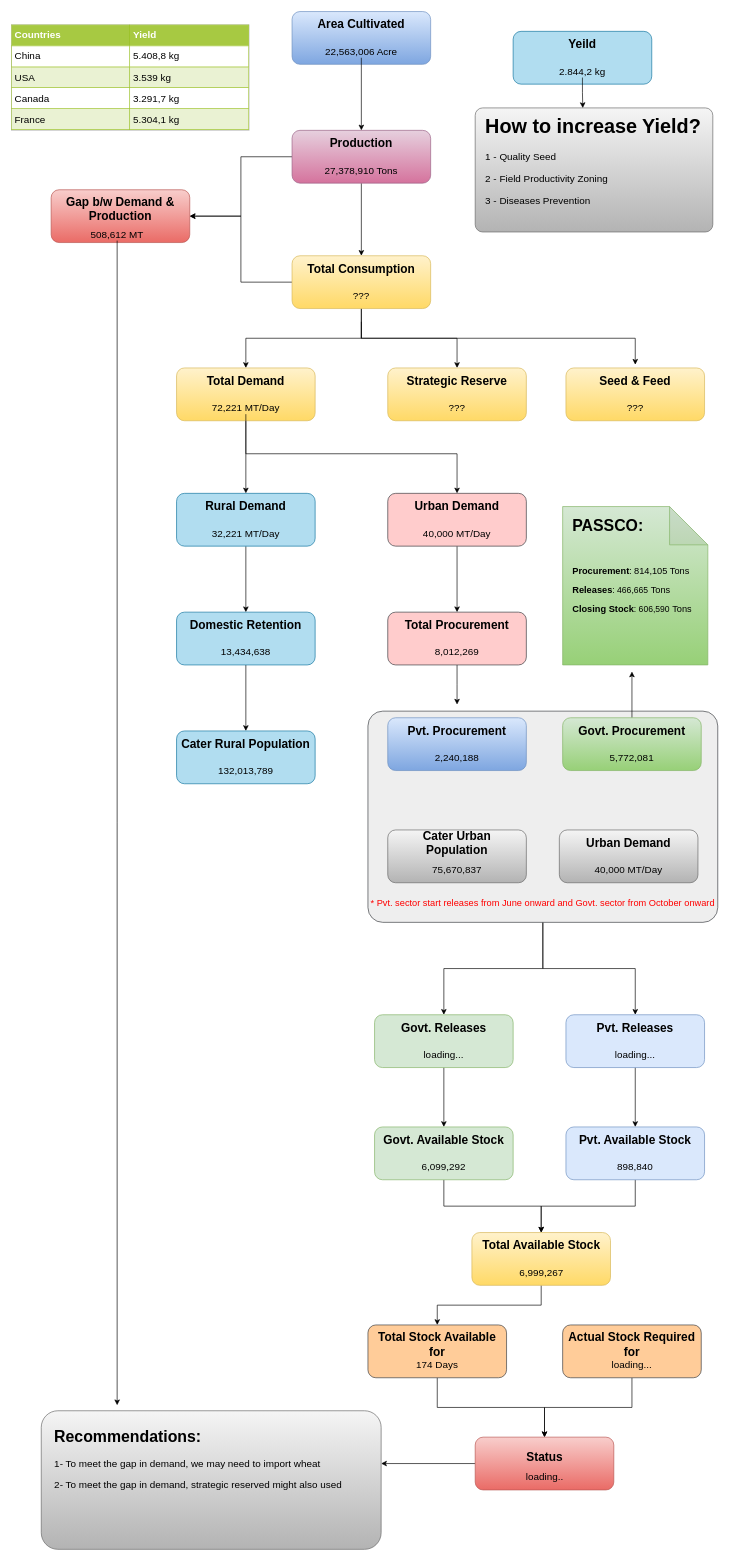
MNFSR/drawio keeps this draw.io diagram as flowchart.drawio. Above is the earlier version. Source tidied: cells renumbered, new cells numbered last; positions are measured from the earlier drawing's top-left corner, leaving out a move shared by most shapes. Both pictures are drawn from the tidied source at 66%, with x=0, y=0 at pixel (11, 11).
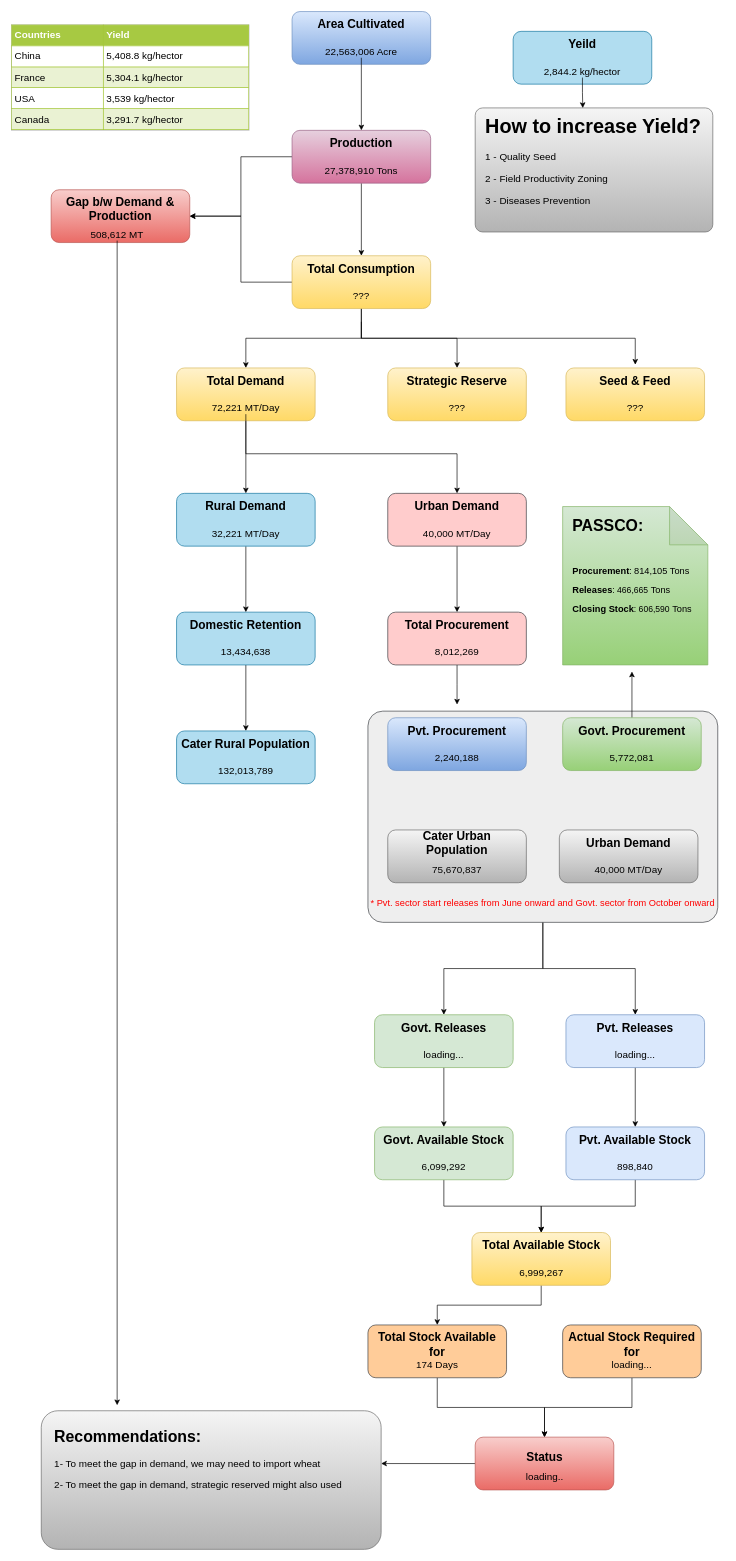
The same page after the edit.

Change to the diagram source:
```diff
@@
-    <mxCell id="110" value="&lt;font style=&quot;font-size: 15px&quot;&gt;2.844,2 kg&lt;/font&gt;" style="text;html=1;strokeColor=none;fillColor=none;align=center;verticalAlign=middle;whiteSpace=wrap;rounded=0;" parent="1" vertex="1">
+    <mxCell id="110" value="&lt;font style=&quot;font-size: 15px&quot;&gt;2,844.2 kg/hector&lt;/font&gt;" style="text;html=1;strokeColor=none;fillColor=none;align=center;verticalAlign=middle;whiteSpace=wrap;rounded=0;" parent="1" vertex="1">
       <mxGeometry x="770" y="80" width="190" height="20" as="geometry" />
     </mxCell>
-    <mxCell id="111" value="&lt;table border=&quot;1&quot; width=&quot;100%&quot; cellpadding=&quot;4&quot; style=&quot;width: 100% ; height: 100% ; border-collapse: collapse&quot;&gt;&lt;tbody&gt;&lt;tr style=&quot;background-color: #a7c942 ; color: #ffffff ; border: 1px solid #98bf21&quot;&gt;&lt;th align=&quot;left&quot;&gt;Countries&lt;/th&gt;&lt;th align=&quot;left&quot;&gt;Yield&lt;/th&gt;&lt;/tr&gt;&lt;tr style=&quot;border: 1px solid #98bf21&quot;&gt;&lt;td&gt;China&lt;/td&gt;&lt;td&gt;5.408,8 kg&lt;/td&gt;&lt;/tr&gt;&lt;tr style=&quot;background-color: #eaf2d3 ; border: 1px solid #98bf21&quot;&gt;&lt;td&gt;USA&lt;/td&gt;&lt;td&gt;3.539 kg&lt;/td&gt;&lt;/tr&gt;&lt;tr style=&quot;border: 1px solid #98bf21&quot;&gt;&lt;td&gt;Canada&lt;/td&gt;&lt;td&gt;3.291,7 kg&lt;/td&gt;&lt;/tr&gt;&lt;tr style=&quot;background-color: #eaf2d3 ; border: 1px solid #98bf21&quot;&gt;&lt;td&gt;France&lt;/td&gt;&lt;td&gt;5.304,1 kg&lt;/td&gt;&lt;/tr&gt;&lt;/tbody&gt;&lt;/table&gt;" style="text;html=1;strokeColor=#c0c0c0;fillColor=#ffffff;overflow=fill;rounded=0;fontSize=15;" parent="1" vertex="1">
-      <mxGeometry y="20" width="360" height="160" as="geometry" />
-    </mxCell>
+    <mxCell id="112" value="&lt;table border=&quot;1&quot; width=&quot;100%&quot; cellpadding=&quot;4&quot; style=&quot;width: 100% ; height: 100% ; border-collapse: collapse&quot;&gt;&lt;tbody&gt;&lt;tr style=&quot;background-color: #a7c942 ; color: #ffffff ; border: 1px solid #98bf21&quot;&gt;&lt;th align=&quot;left&quot;&gt;Countries&lt;/th&gt;&lt;th align=&quot;left&quot;&gt;Yield&lt;/th&gt;&lt;/tr&gt;&lt;tr style=&quot;border: 1px solid #98bf21&quot;&gt;&lt;td&gt;China&lt;/td&gt;&lt;td&gt;5,408.8 kg/hector&lt;/td&gt;&lt;/tr&gt;&lt;tr style=&quot;background-color: #eaf2d3 ; border: 1px solid #98bf21&quot;&gt;&lt;td&gt;France&lt;/td&gt;&lt;td&gt;5,304.1 kg/hector&lt;/td&gt;&lt;/tr&gt;&lt;tr style=&quot;border: 1px solid #98bf21&quot;&gt;&lt;td&gt;USA&lt;/td&gt;&lt;td&gt;3,539 kg/hector&lt;/td&gt;&lt;/tr&gt;&lt;tr style=&quot;background-color: #eaf2d3 ; border: 1px solid #98bf21&quot;&gt;&lt;td&gt;Canada&lt;/td&gt;&lt;td&gt;3,291.7 kg/hector&lt;/td&gt;&lt;/tr&gt;&lt;/tbody&gt;&lt;/table&gt;" style="text;html=1;strokeColor=#c0c0c0;fillColor=#ffffff;overflow=fill;rounded=0;fontSize=15;" parent="1" vertex="1">
+      <mxGeometry y="20" width="360" height="160" as="geometry" />
+    </mxCell>
```
